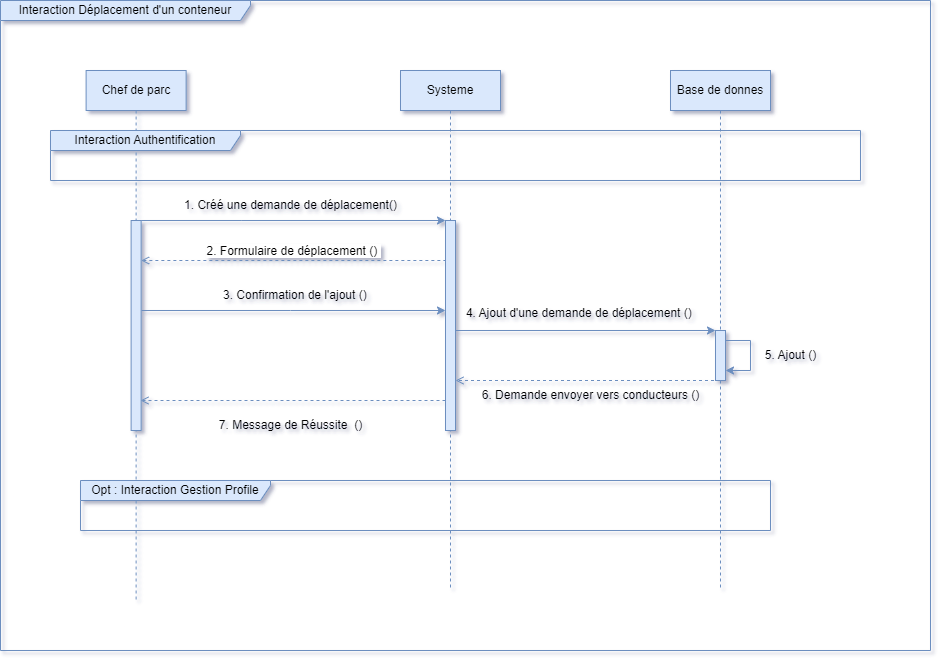
Earlier version of the draw.io export diagrammes/Diagramme de sequence demande de deplacement.drawio.png (AmineLadrem/Tracking-Containers). Source tidied: cells renumbered, new cells last; positions are measured from the earlier drawing's top-left corner, leaving out a move shared by most shapes.
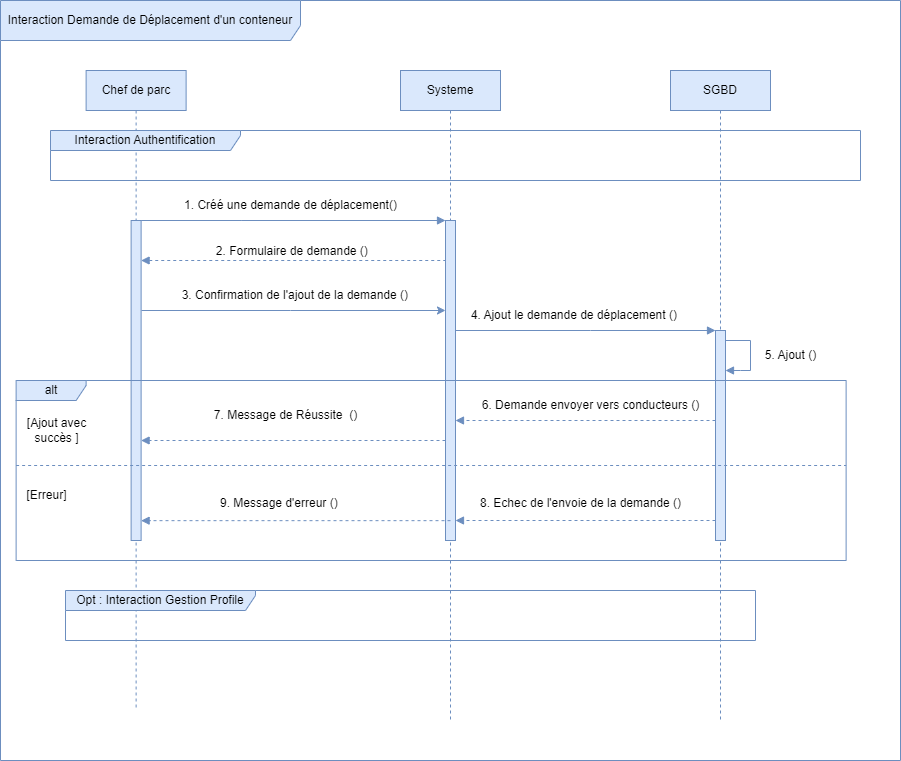
The same diagram one commit later.

Diff of the diagram source:
```diff
@@ -2,23 +2,23 @@
   <root>
     <mxCell id="0" />
     <mxCell id="1" parent="0" />
-    <mxCell id="2" value="Interaction Déplacement d'un conteneur" style="shape=umlFrame;whiteSpace=wrap;html=1;width=250;fillColor=#dae8fc;strokeColor=#6c8ebf;height=20;" parent="1" vertex="1">
-      <mxGeometry width="930" height="650" as="geometry" />
+    <mxCell id="2" value="Interaction Demande de Déplacement d'un conteneur" style="shape=umlFrame;whiteSpace=wrap;html=1;width=300;fillColor=#dae8fc;strokeColor=#6c8ebf;height=40;" parent="1" vertex="1">
+      <mxGeometry width="900" height="760" as="geometry" />
     </mxCell>
     <mxCell id="3" value="Chef de parc" style="shape=umlLifeline;perimeter=lifelinePerimeter;whiteSpace=wrap;html=1;newEdgeStyle={&quot;edgeStyle&quot;:&quot;elbowEdgeStyle&quot;,&quot;elbow&quot;:&quot;vertical&quot;,&quot;curved&quot;:0,&quot;rounded&quot;:0};fillColor=#dae8fc;strokeColor=#6c8ebf;" parent="2" vertex="1">
-      <mxGeometry x="85.6" y="70" width="100" height="530" as="geometry" />
+      <mxGeometry x="85.6" y="70" width="100" height="640" as="geometry" />
     </mxCell>
     <mxCell id="4" style="html=1;points=[];perimeter=orthogonalPerimeter;outlineConnect=0;targetShapes=umlLifeline;portConstraint=eastwest;newEdgeStyle={&quot;edgeStyle&quot;:&quot;elbowEdgeStyle&quot;,&quot;elbow&quot;:&quot;vertical&quot;,&quot;curved&quot;:0,&quot;rounded&quot;:0};fillColor=#dae8fc;strokeColor=#6c8ebf;" parent="3" vertex="1">
-      <mxGeometry x="45" y="150" width="10" height="210" as="geometry" />
+      <mxGeometry x="45" y="150" width="10" height="320" as="geometry" />
     </mxCell>
-    <mxCell id="5" style="html=1;verticalAlign=bottom;endArrow=none;edgeStyle=elbowEdgeStyle;elbow=vertical;curved=0;rounded=0;fillColor=#dae8fc;strokeColor=#6c8ebf;startArrow=classic;startFill=1;endFill=0;" parent="2" edge="1" source="9" target="4">
+    <mxCell id="5" style="html=1;verticalAlign=bottom;endArrow=none;edgeStyle=elbowEdgeStyle;elbow=vertical;curved=0;rounded=0;fillColor=#dae8fc;strokeColor=#6c8ebf;startArrow=block;startFill=1;endFill=0;" parent="2" edge="1" source="9" target="4">
       <mxGeometry relative="1" as="geometry">
         <Array as="points">
           <mxPoint x="240.6" y="220" />
         </Array>
       </mxGeometry>
     </mxCell>
-    <mxCell id="6" value="&lt;font style=&quot;font-size: 12px;&quot;&gt;2. Formulaire de déplacement ()&amp;nbsp;&lt;/font&gt;" style="html=1;verticalAlign=bottom;endArrow=none;dashed=1;endSize=8;edgeStyle=elbowEdgeStyle;elbow=vertical;curved=0;rounded=0;fillColor=#dae8fc;strokeColor=#6c8ebf;endFill=0;startArrow=open;startFill=0;" parent="2" edge="1" source="4" target="9">
+    <mxCell id="6" value="&lt;font style=&quot;font-size: 12px;&quot;&gt;2. Formulaire de demande ()&amp;nbsp;&lt;/font&gt;" style="html=1;verticalAlign=bottom;endArrow=none;dashed=1;endSize=8;edgeStyle=elbowEdgeStyle;elbow=vertical;curved=0;rounded=0;fillColor=#dae8fc;strokeColor=#6c8ebf;endFill=0;startArrow=block;startFill=1;" parent="2" edge="1" source="4" target="9">
       <mxGeometry relative="1" as="geometry">
         <Array as="points">
           <mxPoint x="310.6" y="260" />
@@ -30,22 +30,23 @@
       <mxGeometry x="170" y="190" width="240" height="30" as="geometry" />
     </mxCell>
     <mxCell id="8" value="Systeme" style="shape=umlLifeline;perimeter=lifelinePerimeter;whiteSpace=wrap;html=1;newEdgeStyle={&quot;edgeStyle&quot;:&quot;elbowEdgeStyle&quot;,&quot;elbow&quot;:&quot;vertical&quot;,&quot;curved&quot;:0,&quot;rounded&quot;:0};fillColor=#dae8fc;strokeColor=#6c8ebf;" parent="2" vertex="1">
-      <mxGeometry x="400" y="70" width="100" height="520" as="geometry" />
+      <mxGeometry x="400" y="70" width="100" height="650" as="geometry" />
     </mxCell>
     <mxCell id="9" style="html=1;points=[];perimeter=orthogonalPerimeter;outlineConnect=0;targetShapes=umlLifeline;portConstraint=eastwest;newEdgeStyle={&quot;edgeStyle&quot;:&quot;elbowEdgeStyle&quot;,&quot;elbow&quot;:&quot;vertical&quot;,&quot;curved&quot;:0,&quot;rounded&quot;:0};fillColor=#dae8fc;strokeColor=#6c8ebf;" parent="8" vertex="1">
-      <mxGeometry x="45" y="150" width="10" height="210" as="geometry" />
+      <mxGeometry x="45" y="150" width="10" height="320" as="geometry" />
     </mxCell>
-    <mxCell id="10" value="Base de donnes" style="shape=umlLifeline;perimeter=lifelinePerimeter;whiteSpace=wrap;html=1;outlineConnect=0;portConstraint=eastwest;newEdgeStyle={&quot;edgeStyle&quot;:&quot;elbowEdgeStyle&quot;,&quot;elbow&quot;:&quot;vertical&quot;,&quot;curved&quot;:0,&quot;rounded&quot;:0};fillColor=#dae8fc;strokeColor=#6c8ebf;" parent="2" vertex="1">
-      <mxGeometry x="670" y="70" width="100" height="520" as="geometry" />
+    <mxCell id="10" value="SGBD" style="shape=umlLifeline;perimeter=lifelinePerimeter;whiteSpace=wrap;html=1;outlineConnect=0;portConstraint=eastwest;newEdgeStyle={&quot;edgeStyle&quot;:&quot;elbowEdgeStyle&quot;,&quot;elbow&quot;:&quot;vertical&quot;,&quot;curved&quot;:0,&quot;rounded&quot;:0};fillColor=#dae8fc;strokeColor=#6c8ebf;" parent="2" vertex="1">
+      <mxGeometry x="670" y="70" width="100" height="650" as="geometry" />
     </mxCell>
     <mxCell id="11" style="html=1;points=[];perimeter=orthogonalPerimeter;outlineConnect=0;targetShapes=umlLifeline;portConstraint=eastwest;newEdgeStyle={&quot;edgeStyle&quot;:&quot;elbowEdgeStyle&quot;,&quot;elbow&quot;:&quot;vertical&quot;,&quot;curved&quot;:0,&quot;rounded&quot;:0};fillColor=#dae8fc;strokeColor=#6c8ebf;" parent="10" vertex="1">
-      <mxGeometry x="45" y="260" width="10" height="50" as="geometry" />
+      <mxGeometry x="45" y="260" width="10" height="210" as="geometry" />
     </mxCell>
-    <mxCell id="12" style="edgeStyle=none;orthogonalLoop=1;jettySize=auto;html=1;rounded=0;fillColor=#dae8fc;strokeColor=#6c8ebf;" parent="10" edge="1" source="11" target="11">
+    <mxCell id="12" style="edgeStyle=none;orthogonalLoop=1;jettySize=auto;html=1;rounded=0;fillColor=#dae8fc;strokeColor=#6c8ebf;endArrow=block;endFill=1;" parent="10" edge="1" source="11" target="11">
       <mxGeometry relative="1" as="geometry">
         <Array as="points">
           <mxPoint x="80" y="270" />
           <mxPoint x="80" y="300" />
+          <mxPoint x="70" y="300" />
           <mxPoint x="60" y="300" />
         </Array>
       </mxGeometry>
@@ -58,44 +59,79 @@
         </Array>
       </mxGeometry>
     </mxCell>
-    <mxCell id="14" value="3. Confirmation de l'ajout ()&amp;nbsp;" style="text;html=1;align=center;verticalAlign=middle;strokeColor=none;fillColor=none;" parent="2" vertex="1">
-      <mxGeometry x="210.6" y="280" width="170" height="30" as="geometry" />
+    <mxCell id="14" value="3. Confirmation de l'ajout de la demande ()&amp;nbsp;" style="text;html=1;align=center;verticalAlign=middle;strokeColor=none;fillColor=none;" parent="2" vertex="1">
+      <mxGeometry x="170.6" y="280" width="250" height="30" as="geometry" />
     </mxCell>
     <mxCell id="15" value="Opt : Interaction Gestion Profile" style="shape=umlFrame;whiteSpace=wrap;html=1;width=190;height=20;fillColor=#dae8fc;strokeColor=#6c8ebf;" parent="2" vertex="1">
-      <mxGeometry x="80" y="480" width="690" height="50" as="geometry" />
+      <mxGeometry x="65" y="590" width="690" height="50" as="geometry" />
     </mxCell>
-    <mxCell id="16" style="edgeStyle=none;jettySize=auto;html=1;rounded=0;fillColor=#dae8fc;strokeColor=#6c8ebf;" parent="2" edge="1" source="9" target="11">
-      <mxGeometry relative="1" as="geometry" />
+    <mxCell id="16" style="edgeStyle=none;jettySize=auto;html=1;rounded=0;fillColor=#dae8fc;strokeColor=#6c8ebf;endArrow=block;endFill=1;" parent="2" edge="1" source="9" target="11">
+      <mxGeometry relative="1" as="geometry">
+        <Array as="points">
+          <mxPoint x="590" y="330" />
+        </Array>
+      </mxGeometry>
     </mxCell>
     <mxCell id="17" value="5. Ajout ()" style="text;html=1;align=center;verticalAlign=middle;strokeColor=none;fillColor=none;" parent="2" vertex="1">
       <mxGeometry x="755" y="340" width="70" height="30" as="geometry" />
     </mxCell>
-    <mxCell id="18" style="edgeStyle=none;jettySize=auto;html=1;rounded=0;dashed=1;fillColor=#dae8fc;strokeColor=#6c8ebf;endArrow=open;endFill=0;" parent="2" edge="1" source="10" target="9">
+    <mxCell id="18" style="edgeStyle=none;jettySize=auto;html=1;rounded=0;dashed=1;fillColor=#dae8fc;strokeColor=#6c8ebf;endArrow=block;endFill=1;" parent="2" edge="1" source="11" target="9">
       <mxGeometry relative="1" as="geometry">
         <Array as="points">
-          <mxPoint x="590" y="380" />
+          <mxPoint x="670" y="420" />
+          <mxPoint x="620" y="420" />
+          <mxPoint x="530" y="420" />
         </Array>
       </mxGeometry>
     </mxCell>
+    <mxCell id="21" style="edgeStyle=none;jettySize=auto;html=1;rounded=0;fillColor=#dae8fc;strokeColor=#6c8ebf;endArrow=block;endFill=1;dashed=1;" parent="2" edge="1" source="9" target="4">
+      <mxGeometry relative="1" as="geometry">
+        <Array as="points">
+          <mxPoint x="310" y="440" />
+        </Array>
+      </mxGeometry>
+    </mxCell>
+    <mxCell id="23" value="4. Ajout le demande de déplacement ()&amp;nbsp;" style="text;html=1;align=center;verticalAlign=middle;strokeColor=none;fillColor=none;" parent="2" vertex="1">
+      <mxGeometry x="460" y="300" width="230" height="30" as="geometry" />
+    </mxCell>
+    <mxCell id="24" value="alt" style="shape=umlFrame;whiteSpace=wrap;html=1;width=70;height=20;fillColor=#dae8fc;strokeColor=#6c8ebf;" parent="2" vertex="1">
+      <mxGeometry x="15.6" y="380" width="830" height="180" as="geometry" />
+    </mxCell>
+    <mxCell id="25" style="line;strokeWidth=1;dashed=1;labelPosition=center;verticalLabelPosition=bottom;align=left;verticalAlign=top;spacingLeft=20;spacingTop=15;html=1;whiteSpace=wrap;fillColor=#dae8fc;strokeColor=#6c8ebf;" parent="24" vertex="1">
+      <mxGeometry y="80" width="830" height="10" as="geometry" />
+    </mxCell>
+    <mxCell id="26" value="[Ajout avec &lt;br&gt;succès ]" style="text;html=1;align=center;verticalAlign=middle;strokeColor=none;fillColor=none;" parent="24" vertex="1">
+      <mxGeometry y="30" width="80" height="40" as="geometry" />
+    </mxCell>
-    <mxCell id="19" value="6. Demande envoyer vers conducteurs ()" style="text;html=1;align=center;verticalAlign=middle;strokeColor=none;fillColor=none;" parent="2" vertex="1">
-      <mxGeometry x="470" y="380" width="240" height="30" as="geometry" />
+    <mxCell id="19" value="6. Demande envoyer vers conducteurs ()" style="text;html=1;align=center;verticalAlign=middle;strokeColor=none;fillColor=none;" parent="24" vertex="1">
+      <mxGeometry x="454.4" y="10" width="240" height="30" as="geometry" />
     </mxCell>
-    <mxCell id="20" value="7. Message de Réussite&amp;nbsp; ()" style="text;html=1;align=center;verticalAlign=middle;strokeColor=none;fillColor=none;" parent="2" vertex="1">
-      <mxGeometry x="205" y="410" width="170" height="30" as="geometry" />
+    <mxCell id="20" value="7. Message de Réussite&amp;nbsp; ()" style="text;html=1;align=center;verticalAlign=middle;strokeColor=none;fillColor=none;" parent="24" vertex="1">
+      <mxGeometry x="184.4" y="20" width="170" height="30" as="geometry" />
     </mxCell>
-    <mxCell id="21" style="edgeStyle=none;jettySize=auto;html=1;rounded=0;fillColor=#dae8fc;strokeColor=#6c8ebf;endArrow=open;endFill=0;dashed=1;" parent="2" edge="1" source="9">
-      <mxGeometry relative="1" as="geometry">
-        <mxPoint x="140" y="400" as="targetPoint" />
-        <Array as="points">
-          <mxPoint x="270" y="400" />
-        </Array>
-      </mxGeometry>
-    </mxCell>
+    <mxCell id="27" value="[Erreur]" style="text;html=1;align=center;verticalAlign=middle;strokeColor=none;fillColor=none;" parent="24" vertex="1">
+      <mxGeometry y="100" width="60" height="30" as="geometry" />
+    </mxCell>
+    <mxCell id="28" style="edgeStyle=none;jettySize=auto;html=1;rounded=0;dashed=1;fillColor=#dae8fc;strokeColor=#6c8ebf;endArrow=block;endFill=1;" parent="2" edge="1" source="11" target="9">
+      <mxGeometry relative="1" as="geometry">
+        <Array as="points">
+          <mxPoint x="690" y="520" />
+          <mxPoint x="580" y="520" />
+          <mxPoint x="500" y="520" />
+        </Array>
+      </mxGeometry>
+    </mxCell>
+    <mxCell id="29" style="edgeStyle=none;jettySize=auto;html=1;rounded=0;exitX=0.5;exitY=0.938;exitDx=0;exitDy=0;exitPerimeter=0;dashed=1;endArrow=block;endFill=1;fillColor=#dae8fc;strokeColor=#6c8ebf;" parent="2" edge="1" source="9" target="4">
+      <mxGeometry relative="1" as="geometry" />
+    </mxCell>
     <mxCell id="22" value="Interaction Authentification" style="shape=umlFrame;whiteSpace=wrap;html=1;width=190;height=20;fillColor=#dae8fc;strokeColor=#6c8ebf;" parent="1" vertex="1">
       <mxGeometry x="50" y="130" width="810" height="50" as="geometry" />
     </mxCell>
-    <mxCell id="23" value="4. Ajout d'une demande de déplacement ()&amp;nbsp;" style="text;html=1;align=center;verticalAlign=middle;strokeColor=none;fillColor=none;" parent="1" vertex="1">
-      <mxGeometry x="455" y="298" width="250" height="30" as="geometry" />
-    </mxCell>
+    <mxCell id="30" value="8. Echec de l'envoie de la demande ()" style="text;html=1;align=center;verticalAlign=middle;strokeColor=none;fillColor=none;" parent="1" vertex="1">
+      <mxGeometry x="470" y="488" width="220" height="30" as="geometry" />
+    </mxCell>
+    <mxCell id="31" value="9. Message d'erreur ()&amp;nbsp;" style="text;html=1;align=center;verticalAlign=middle;strokeColor=none;fillColor=none;" parent="1" vertex="1">
+      <mxGeometry x="210" y="488" width="140" height="30" as="geometry" />
+    </mxCell>
   </root>
 </mxGraphModel>
```
